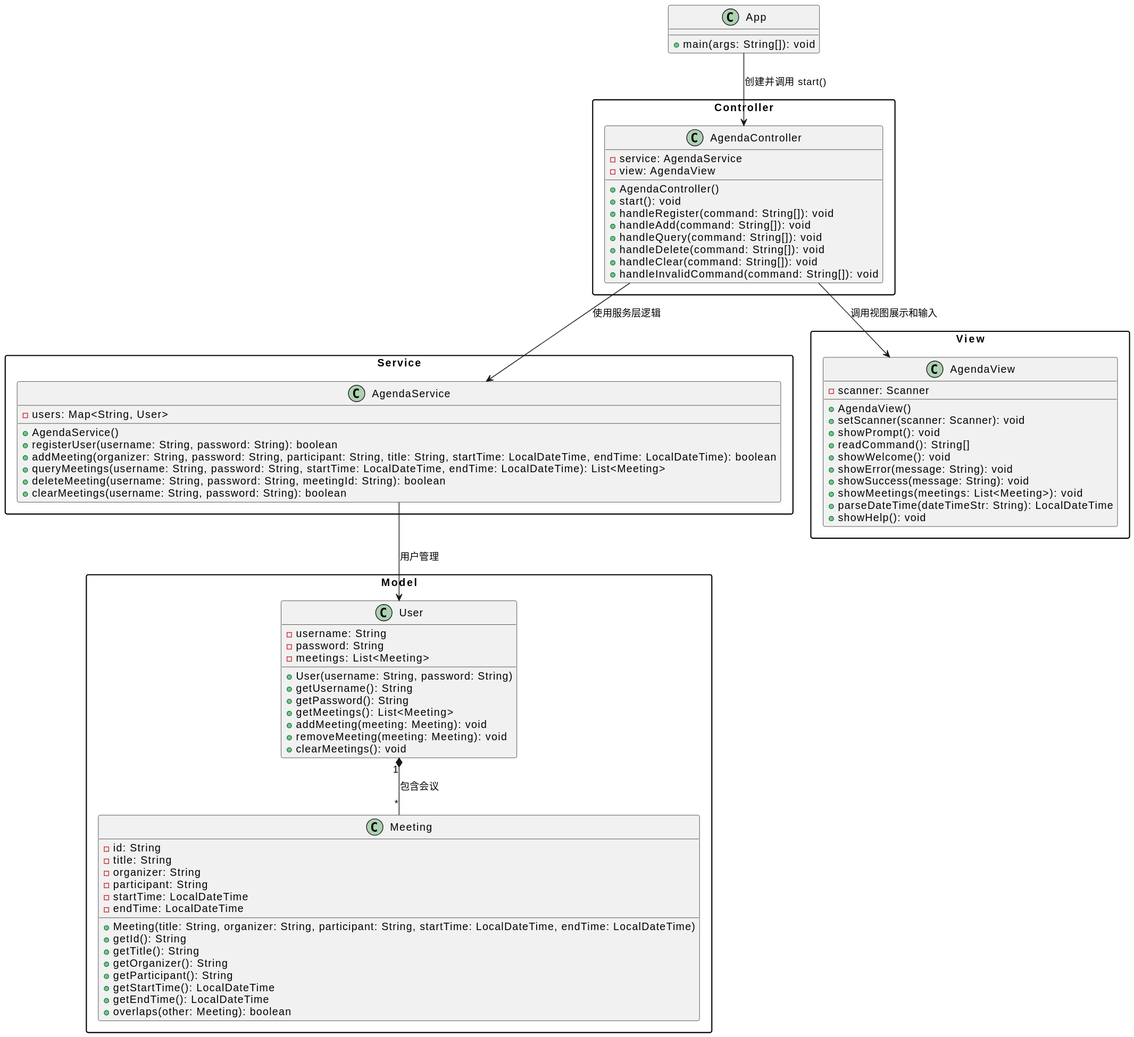
This is Lab/2/img/uml.svg from xy3xy3/CompilerTheoryAssignment, a PlantUML export, as it was before one commit. Source of this version:
```plantuml
@startuml
skinparam packageStyle rectangle

package "Model" {
    class User {
        - username: String
        - password: String
        - meetings: List<Meeting>
        + User(username: String, password: String)
        + getUsername(): String
        + getPassword(): String
        + getMeetings(): List<Meeting>
        + addMeeting(meeting: Meeting): void
        + removeMeeting(meeting: Meeting): void
        + clearMeetings(): void
    }

    class Meeting {
        - id: String
        - title: String
        - organizer: String
        - participant: String
        - startTime: LocalDateTime
        - endTime: LocalDateTime
        + Meeting(title: String, organizer: String, participant: String, startTime: LocalDateTime, endTime: LocalDateTime)
        + getId(): String
        + getTitle(): String
        + getOrganizer(): String
        + getParticipant(): String
        + getStartTime(): LocalDateTime
        + getEndTime(): LocalDateTime
        + overlaps(other: Meeting): boolean
    }
}

package "Service" {
    class AgendaService {
        - users: Map<String, User>
        + AgendaService()
        + registerUser(username: String, password: String): boolean
        + addMeeting(organizer: String, password: String, participant: String, title: String, startTime: LocalDateTime, endTime: LocalDateTime): boolean
        + queryMeetings(username: String, password: String, startTime: LocalDateTime, endTime: LocalDateTime): List<Meeting>
        + deleteMeeting(username: String, password: String, meetingId: String): boolean
        + clearMeetings(username: String, password: String): boolean
    }
}

package "View" {
    class AgendaView {
        - scanner: Scanner
        + AgendaView()
        + setScanner(scanner: Scanner): void
        + showPrompt(): void
        + readCommand(): String[]
        + showWelcome(): void
        + showError(message: String): void
        + showSuccess(message: String): void
        + showMeetings(meetings: List<Meeting>): void
        + parseDateTime(dateTimeStr: String): LocalDateTime
        + showHelp(): void
    }
}

package "Controller" {
    class AgendaController {
        - service: AgendaService
        - view: AgendaView
        + AgendaController()
        + start(): void
        + handleRegister(command: String[]): void
        + handleAdd(command: String[]): void
        + handleQuery(command: String[]): void
        + handleDelete(command: String[]): void
        + handleClear(command: String[]): void
        + handleInvalidCommand(command: String[]): void
    }
}

class App {
    + main(args: String[]): void
}

App --> AgendaController : 创建并调用 start()
AgendaController --> AgendaService : 使用服务层逻辑
AgendaController --> AgendaView : 调用视图展示和输入
AgendaService --> User : 用户管理
User "1" *-- "*" Meeting : 包含会议
@enduml
```
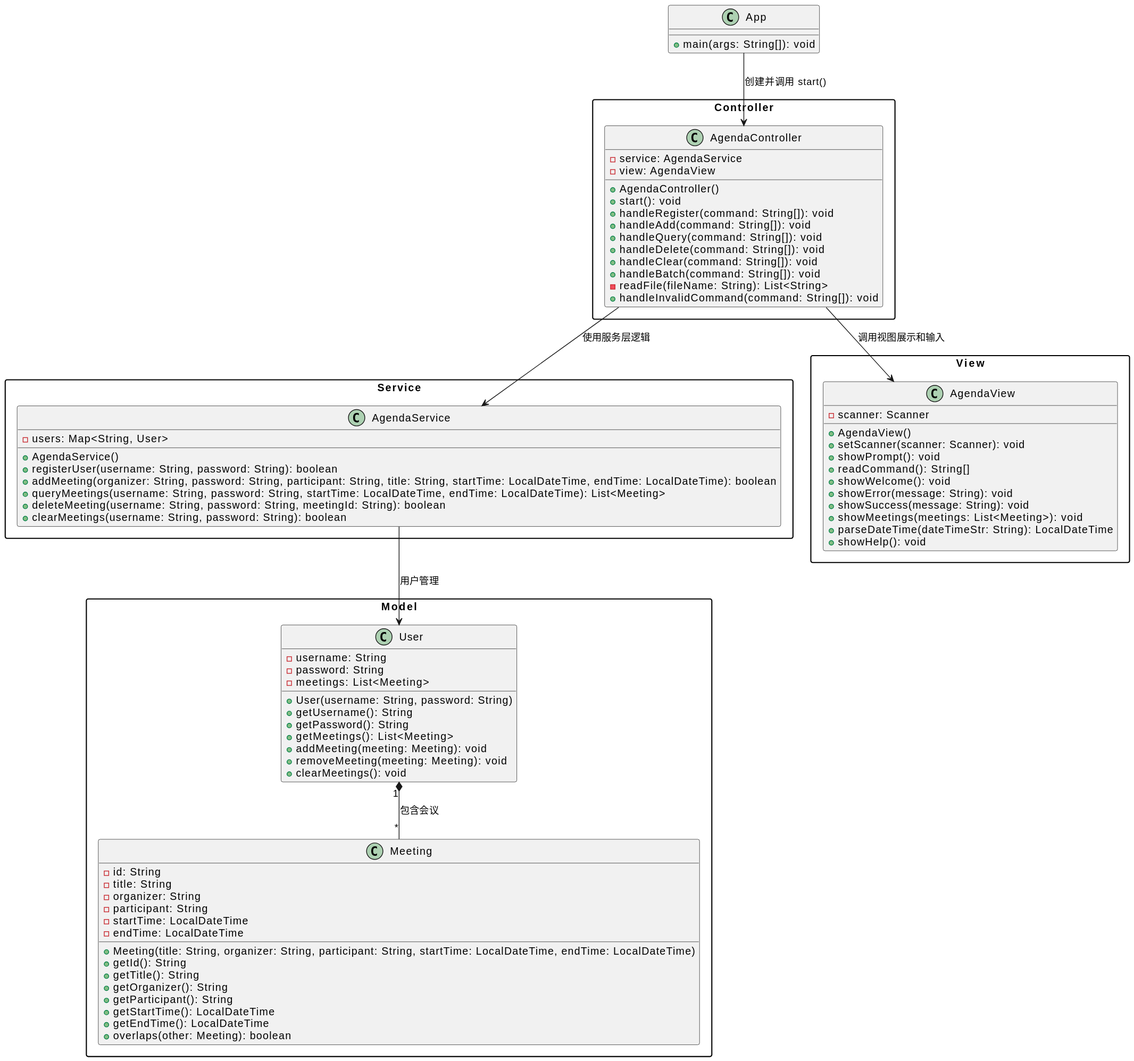
The same file after the commit.

Change to the diagram source:
```diff
@@ -72,6 +72,8 @@
         + handleQuery(command: String[]): void
         + handleDelete(command: String[]): void
         + handleClear(command: String[]): void
+        + handleBatch(command: String[]): void
+        - readFile(fileName: String): List<String>
         + handleInvalidCommand(command: String[]): void
     }
 }
```
